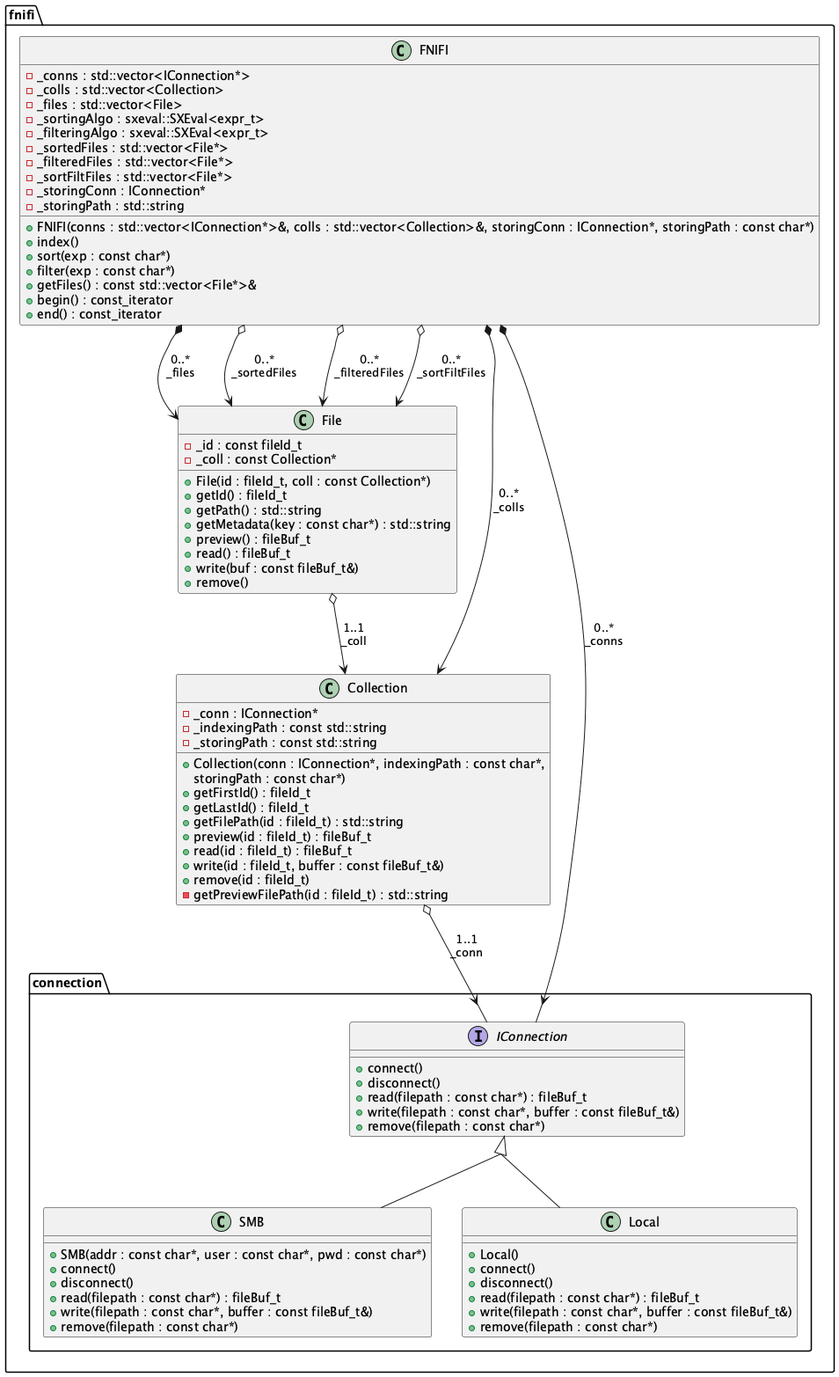
The PlantUML diagram resources/architecture.png in abadiet/FNIFI, before a commit.
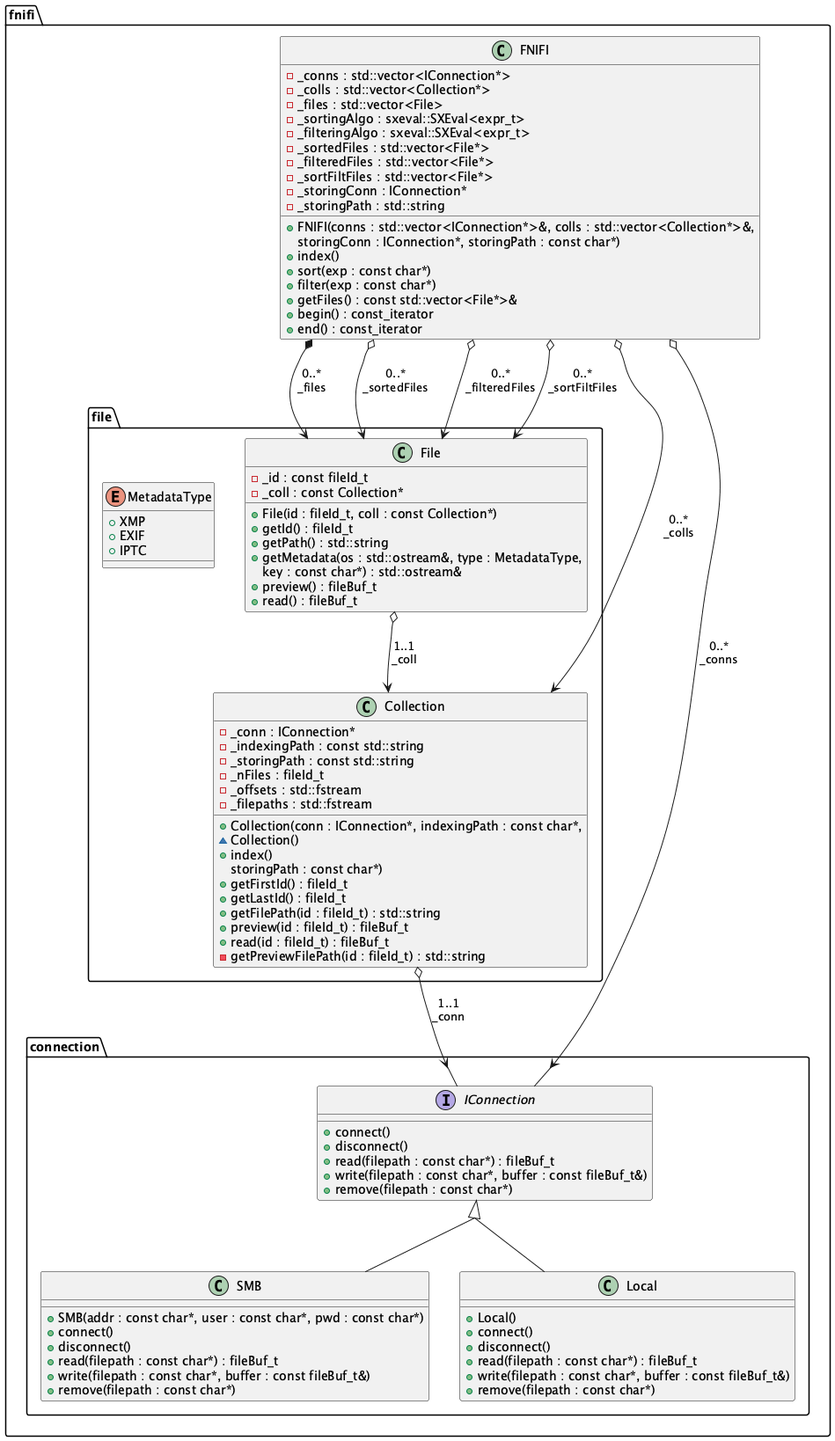
The same file after the commit.

Diff of the diagram source:
```diff
@@ -5,7 +5,7 @@
 package fnifi {
     class FNIFI {
         -_conns : std::vector<IConnection*>
-        -_colls : std::vector<Collection>
+        -_colls : std::vector<Collection*>
         -_files : std::vector<File>
         -_sortingAlgo : sxeval::SXEval<expr_t>
         -_filteringAlgo : sxeval::SXEval<expr_t>
@@ -14,7 +14,8 @@
         -_sortFiltFiles : std::vector<File*>
         -_storingConn : IConnection*
         -_storingPath : std::string
-        +FNIFI(conns : std::vector<IConnection*>&, colls : std::vector<Collection>&, storingConn : IConnection*, storingPath : const char*)
+        +FNIFI(conns : std::vector<IConnection*>&, colls : std::vector<Collection*>&,
+        storingConn : IConnection*, storingPath : const char*)
         +index()
         +sort(exp : const char*)
         +filter(exp : const char*)
@@ -23,33 +24,43 @@
         +end() : const_iterator
     }
 
-    class File {
-        -_id : const fileId_t
-        -_coll : const Collection*
-        +File(id : fileId_t, coll : const Collection*)
-        +getId() : fileId_t
-        +getPath() : std::string
-        +getMetadata(key : const char*) : std::string
-        +preview() : fileBuf_t
-        +read() : fileBuf_t
-        +write(buf : const fileBuf_t&)
-        +remove()
-    }
+    package file {
+        enum MetadataType {
+            +XMP
+            +EXIF
+            +IPTC
+        }
 
-    class Collection {
-        -_conn : IConnection*
-        -_indexingPath : const std::string
-        -_storingPath : const std::string
-        +Collection(conn : IConnection*, indexingPath : const char*,
-        storingPath : const char*)
-        +getFirstId() : fileId_t
-        +getLastId() : fileId_t
-        +getFilePath(id : fileId_t) : std::string
-        +preview(id : fileId_t) : fileBuf_t
-        +read(id : fileId_t) : fileBuf_t
-        +write(id : fileId_t, buffer : const fileBuf_t&)
-        +remove(id : fileId_t)
-        -getPreviewFilePath(id : fileId_t) : std::string
+        class File {
+            -_id : const fileId_t
+            -_coll : const Collection*
+            +File(id : fileId_t, coll : const Collection*)
+            +getId() : fileId_t
+            +getPath() : std::string
+            +getMetadata(os : std::ostream&, type : MetadataType,
+            key : const char*) : std::ostream&
+            +preview() : fileBuf_t
+            +read() : fileBuf_t
+        }
+
+        class Collection {
+            -_conn : IConnection*
+            -_indexingPath : const std::string
+            -_storingPath : const std::string
+            -_nFiles : fileId_t
+            -_offsets : std::fstream
+            -_filepaths : std::fstream
+            +Collection(conn : IConnection*, indexingPath : const char*,
+            ~Collection()
+            +index()
+            storingPath : const char*)
+            +getFirstId() : fileId_t
+            +getLastId() : fileId_t
+            +getFilePath(id : fileId_t) : std::string
+            +preview(id : fileId_t) : fileBuf_t
+            +read(id : fileId_t) : fileBuf_t
+            -getPreviewFilePath(id : fileId_t) : std::string
+        }
     }
 
     package connection {
@@ -80,8 +91,8 @@
         }
     }
 
-    FNIFI *--> IConnection : 0..*\n_conns
-    FNIFI *--> Collection : 0..*\n_colls
+    FNIFI o--> IConnection : 0..*\n_conns
+    FNIFI o--> Collection : 0..*\n_colls
     FNIFI *--> File : 0..*\n_files
     FNIFI o--> File : 0..*\n_sortedFiles
     FNIFI o--> File : 0..*\n_filteredFiles
```
